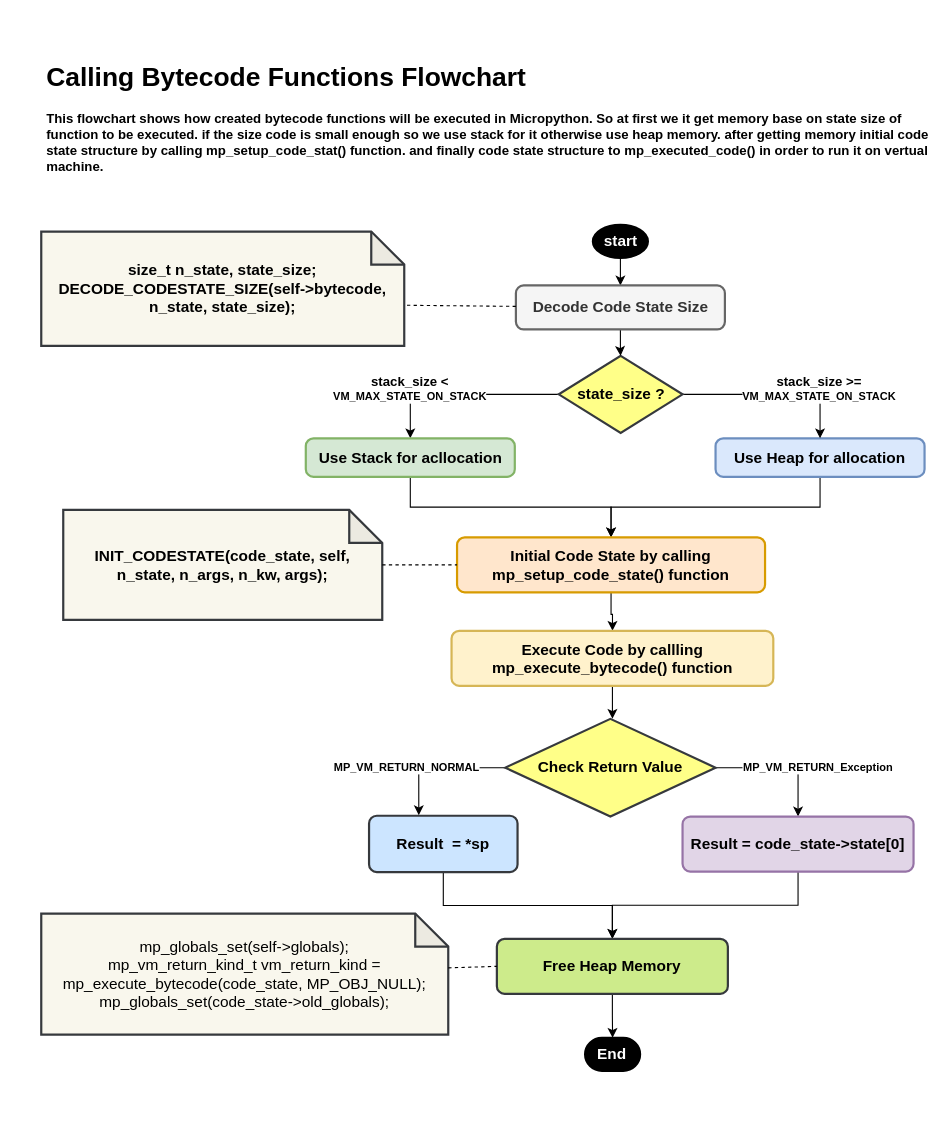
The draw.io diagram uPyIWM/diagrams/fun_bc_call.drawio in over-infinity/-Tutorials, before the edit. Source tidied: cells renumbered, new cells numbered last; positions are measured from the earlier drawing's top-left corner, leaving out a move shared by most shapes. Both pictures are drawn from the tidied source at 110%, with x=0, y=0 at pixel (41, 55).
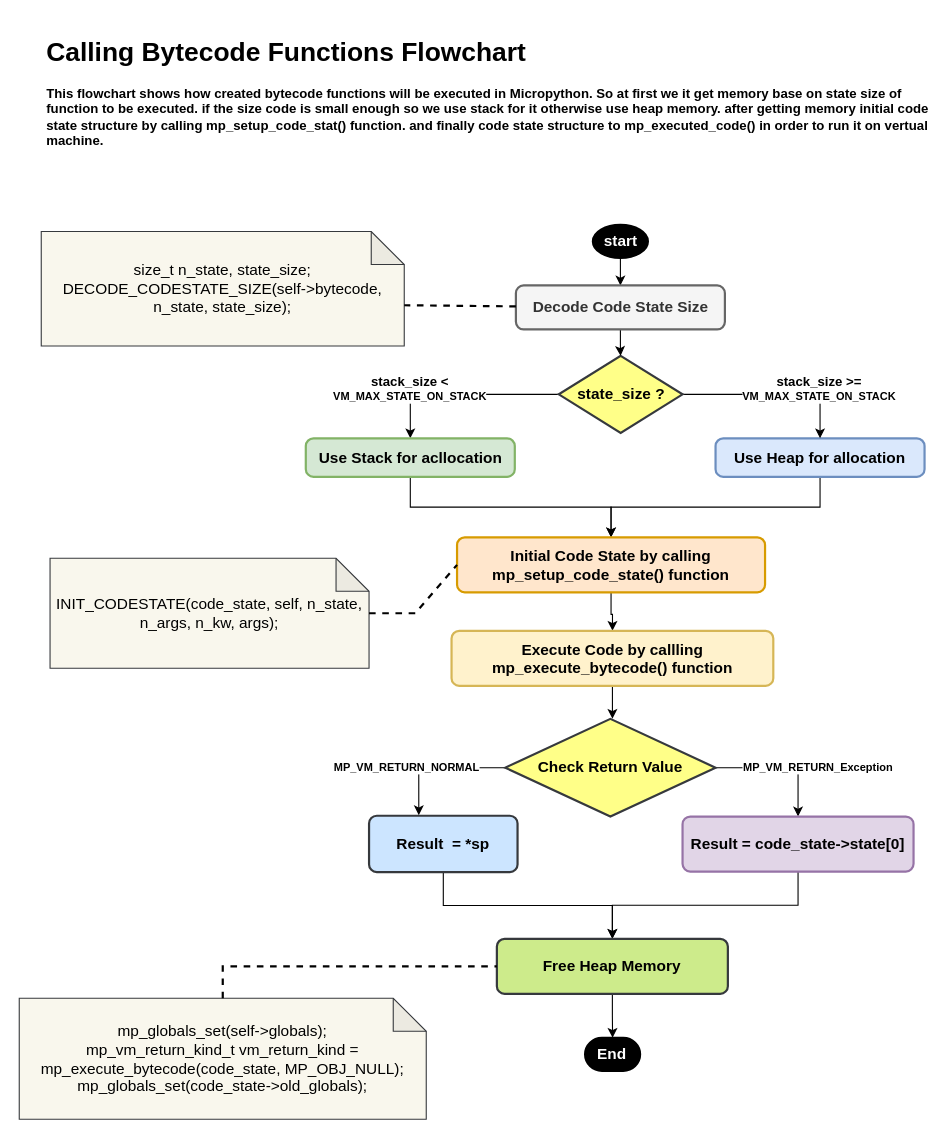
Above is the later version.

Unchanged cells that the change refers to:
```xml
<mxCell id="11" value="Decode Code State Size" style="rounded=1;whiteSpace=wrap;html=1;absoluteArcSize=1;arcSize=14;strokeWidth=2;labelBackgroundColor=none;fontSize=14;fontColor=#333333;fillColor=#f5f5f5;fontStyle=1;strokeColor=#666666;" parent="1" vertex="1">
  <mxGeometry x="431.5" y="209" width="190" height="40" as="geometry" />
</mxCell>
<mxCell id="17" value="Initial Code State by calling mp_setup_code_state() function" style="rounded=1;whiteSpace=wrap;html=1;absoluteArcSize=1;arcSize=14;strokeWidth=2;labelBackgroundColor=none;fontFamily=Helvetica;fontSize=14;fillColor=#ffe6cc;fontStyle=1;strokeColor=#d79b00;" parent="1" vertex="1">
  <mxGeometry x="378" y="438" width="280" height="50" as="geometry" />
</mxCell>
<mxCell id="30" value="Free Heap Memory" style="rounded=1;whiteSpace=wrap;html=1;absoluteArcSize=1;arcSize=14;strokeWidth=2;labelBackgroundColor=none;fontFamily=Helvetica;fontSize=14;fillColor=#cdeb8b;fontStyle=1;strokeColor=#36393d;labelBorderColor=none;" parent="1" vertex="1">
  <mxGeometry x="414.2" y="803" width="210" height="50" as="geometry" />
</mxCell>
```

What changed in the source:
```diff
@@
     <mxCell id="4" value="&lt;h1&gt;Calling Bytecode Functions Flowchart&lt;br&gt;&lt;/h1&gt;&lt;p&gt;This flowchart shows how created bytecode functions will be executed in Micropython. So at first we it get memory base on state size of function to be executed. if the size code is small enough so we use stack for it otherwise use heap memory. after getting memory initial code state structure by calling mp_setup_code_stat() function. and finally code state structure to mp_executed_code() in order to run it on vertual machine. &lt;br&gt;&lt;/p&gt;" style="text;html=1;strokeColor=none;fillColor=none;spacing=5;spacingTop=-20;whiteSpace=wrap;overflow=hidden;rounded=0;fontStyle=1;" parent="1" vertex="1">
-      <mxGeometry width="810" height="120" as="geometry" />
+      <mxGeometry y="-23" width="810" height="120" as="geometry" />
     </mxCell>
@@
-    <mxCell id="32" value="size_t n_state, state_size;&lt;br&gt;DECODE_CODESTATE_SIZE(self-&amp;gt;bytecode, n_state, state_size);" style="shape=note;whiteSpace=wrap;html=1;backgroundOutline=1;darkOpacity=0.05;rounded=1;labelBackgroundColor=none;labelBorderColor=none;fontFamily=Helvetica;fontSize=14;strokeColor=#36393d;strokeWidth=2;fillColor=#f9f7ed;fontStyle=1;" parent="1" vertex="1">
+    <mxCell id="32" value="size_t n_state, state_size;&lt;br&gt;DECODE_CODESTATE_SIZE(self-&amp;gt;bytecode, n_state, state_size);" style="shape=note;whiteSpace=wrap;html=1;backgroundOutline=1;darkOpacity=0.05;rounded=1;labelBackgroundColor=none;labelBorderColor=none;fontFamily=Helvetica;fontSize=14;strokeColor=#36393d;strokeWidth=1;fillColor=#f9f7ed;fontStyle=0;" parent="1" vertex="1">
       <mxGeometry y="160" width="330" height="104" as="geometry" />
     </mxCell>
-    <mxCell id="33" style="endArrow=none;dashed=1;html=1;rounded=0;fontFamily=Helvetica;fontSize=14;fontColor=#000000;entryX=0;entryY=0;entryDx=330;entryDy=67;entryPerimeter=0;strokeColor=default;" parent="1" edge="1" source="11" target="32">
+    <mxCell id="33" style="endArrow=none;dashed=1;html=1;rounded=0;fontFamily=Helvetica;fontSize=14;fontColor=#000000;entryX=0;entryY=0;entryDx=330;entryDy=67;entryPerimeter=0;strokeColor=default;strokeWidth=2;" parent="1" edge="1" source="11" target="32">
       <mxGeometry relative="1" as="geometry" />
     </mxCell>
-    <mxCell id="34" value="INIT_CODESTATE(code_state, self, n_state, n_args, n_kw, args);" style="shape=note;whiteSpace=wrap;html=1;backgroundOutline=1;darkOpacity=0.05;rounded=1;labelBackgroundColor=none;labelBorderColor=none;fontFamily=Helvetica;fontSize=14;strokeColor=#36393d;strokeWidth=2;fillColor=#f9f7ed;fontStyle=1;" parent="1" vertex="1">
-      <mxGeometry x="20" y="413" width="290" height="100" as="geometry" />
+    <mxCell id="34" value="INIT_CODESTATE(code_state, self, n_state, n_args, n_kw, args);" style="shape=note;whiteSpace=wrap;html=1;backgroundOutline=1;darkOpacity=0.05;rounded=1;labelBackgroundColor=none;labelBorderColor=none;fontFamily=Helvetica;fontSize=14;strokeColor=#36393d;strokeWidth=1;fillColor=#f9f7ed;fontStyle=0;fontColor=#000000;" parent="1" vertex="1">
+      <mxGeometry x="8" y="457" width="290" height="100" as="geometry" />
     </mxCell>
-    <mxCell id="35" value="mp_globals_set(self-&amp;gt;globals);&lt;br&gt;mp_vm_return_kind_t vm_return_kind = mp_execute_bytecode(code_state, MP_OBJ_NULL);&lt;br&gt;mp_globals_set(code_state-&amp;gt;old_globals);" style="shape=note;whiteSpace=wrap;html=1;backgroundOutline=1;darkOpacity=0.05;rounded=1;labelBackgroundColor=none;labelBorderColor=none;fontFamily=Helvetica;fontSize=14;strokeColor=#36393d;strokeWidth=2;fillColor=#f9f7ed;" parent="1" vertex="1">
-      <mxGeometry y="780" width="370" height="110" as="geometry" />
+    <mxCell id="35" value="mp_globals_set(self-&amp;gt;globals);&lt;br&gt;mp_vm_return_kind_t vm_return_kind = mp_execute_bytecode(code_state, MP_OBJ_NULL);&lt;br&gt;mp_globals_set(code_state-&amp;gt;old_globals);" style="shape=note;whiteSpace=wrap;html=1;backgroundOutline=1;darkOpacity=0.05;rounded=1;labelBackgroundColor=none;labelBorderColor=none;fontFamily=Helvetica;fontSize=14;strokeColor=#36393d;strokeWidth=1;fillColor=#f9f7ed;fontColor=#000000;" parent="1" vertex="1">
+      <mxGeometry x="-20" y="857" width="370" height="110" as="geometry" />
     </mxCell>
-    <mxCell id="36" style="endArrow=none;dashed=1;html=1;rounded=0;fontFamily=Helvetica;fontSize=14;fontColor=#000000;entryX=0;entryY=0.5;entryDx=0;entryDy=0;" parent="1" edge="1" source="34" target="17">
-      <mxGeometry relative="1" as="geometry" />
+    <mxCell id="36" style="endArrow=none;dashed=1;html=1;rounded=0;fontFamily=Helvetica;fontSize=14;fontColor=#000000;entryX=0;entryY=0.5;entryDx=0;entryDy=0;strokeWidth=2;" parent="1" edge="1" source="34" target="17">
+      <mxGeometry relative="1" as="geometry">
+        <Array as="points">
+          <mxPoint x="340" y="507" />
+        </Array>
+      </mxGeometry>
     </mxCell>
-    <mxCell id="37" style="endArrow=none;dashed=1;html=1;rounded=0;fontFamily=Helvetica;fontSize=14;fontColor=#000000;entryX=0;entryY=0.5;entryDx=0;entryDy=0;" parent="1" edge="1" source="35" target="30">
-      <mxGeometry relative="1" as="geometry" />
+    <mxCell id="37" style="endArrow=none;dashed=1;html=1;rounded=0;fontFamily=Helvetica;fontSize=14;fontColor=#000000;entryX=0;entryY=0.5;entryDx=0;entryDy=0;strokeWidth=2;" parent="1" edge="1" source="35" target="30">
+      <mxGeometry relative="1" as="geometry">
+        <Array as="points">
+          <mxPoint x="165" y="828" />
+          <mxPoint x="370" y="828" />
+        </Array>
+      </mxGeometry>
     </mxCell>
```
